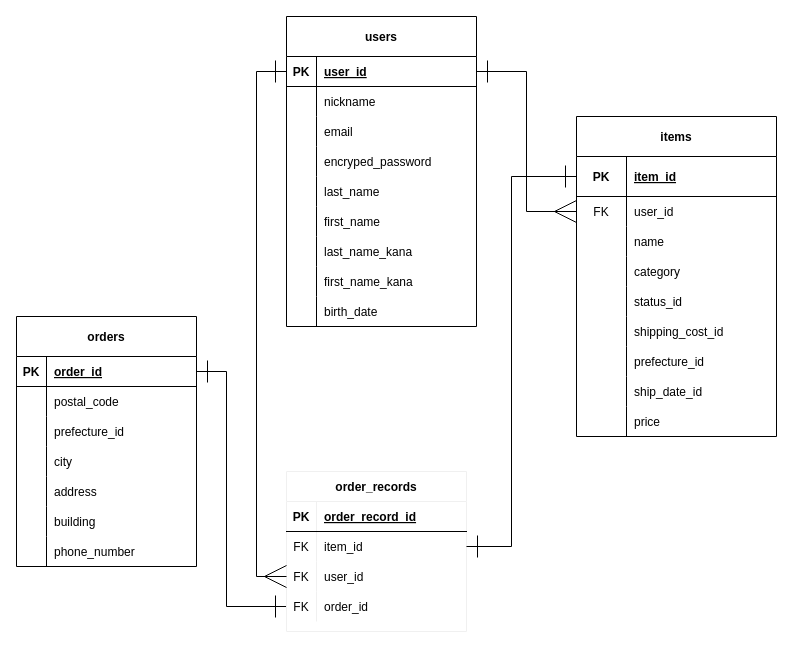
Before: page "ER図" (2 of 2) of furima-35013.dio in LIFE-enjoy/furima-35013, a draw.io diagram. Source tidied: cells renumbered, new cells numbered last; positions are measured from the earlier drawing's top-left corner, leaving out a move shared by most shapes. Both pictures are drawn from the tidied source at 100%, with x=0, y=0 at pixel (16, 16).
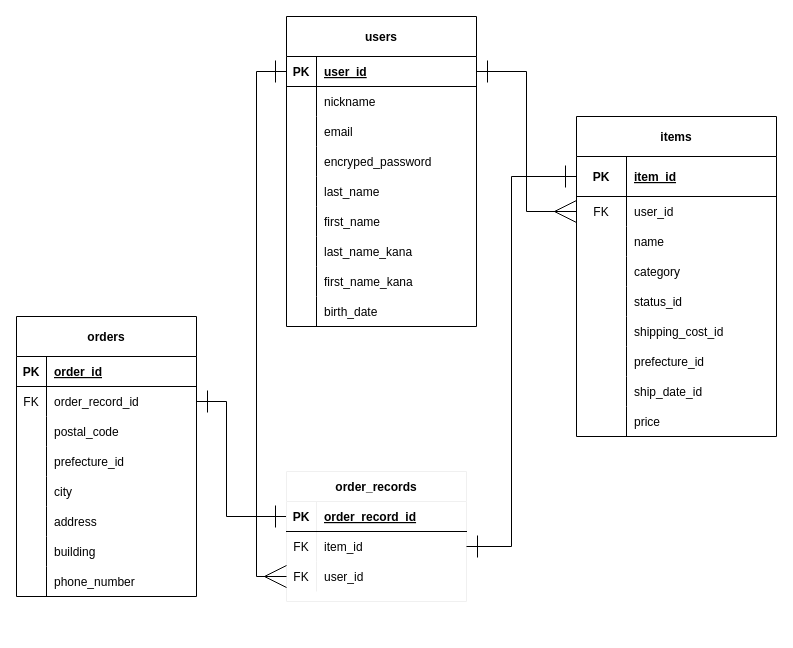
Above is the later version.

Commit message (it also covers changes not shown here):
ordersテーブルとorder_recordsテーブルの外部キーを修正

The change refers to these unchanged cells:
```xml
<mxCell id="59" style="shape=partialRectangle;fillColor=none;top=0;left=0;bottom=1;right=0;points=[[0,0.5],[1,0.5]];portConstraint=eastwest;" parent="58" vertex="1">
  <mxGeometry y="40" width="180" height="30" as="geometry" />
</mxCell>
<mxCell id="82" style="shape=partialRectangle;fillColor=none;top=0;left=0;bottom=1;right=0;points=[[0,0.5],[1,0.5]];portConstraint=eastwest;" parent="81" vertex="1">
  <mxGeometry y="30" width="180" height="30" as="geometry" />
</mxCell>
```

Change to the diagram source:
```diff
@@
     <mxCell id="58" value="orders" style="shape=table;startSize=40;childLayout=tableLayout;rowLines=0;fontStyle=1;align=center;" parent="1" vertex="1">
-      <mxGeometry y="300" width="180" height="250" as="geometry" />
+      <mxGeometry y="300" width="180" height="280" as="geometry" />
     </mxCell>
@@
+    <mxCell id="97" style="shape=partialRectangle;fillColor=none;top=0;left=0;bottom=0;right=0;points=[[0,0.5],[1,0.5]];portConstraint=eastwest;" parent="58" vertex="1">
+      <mxGeometry y="70" width="180" height="30" as="geometry" />
+    </mxCell>
+    <mxCell id="92" value="FK" style="shape=partialRectangle;fillColor=none;top=0;left=0;bottom=0;right=0;overflow=hidden;" parent="97" vertex="1">
+      <mxGeometry width="30" height="30" as="geometry" />
+    </mxCell>
+    <mxCell id="98" value="order_record_id" style="shape=partialRectangle;fillColor=none;top=0;left=0;bottom=0;right=0;align=left;spacingLeft=6;overflow=hidden;" parent="97" vertex="1">
+      <mxGeometry x="30" width="150" height="30" as="geometry" />
+    </mxCell>
     <mxCell id="62" style="shape=partialRectangle;fillColor=none;top=0;left=0;bottom=0;right=0;" parent="58" vertex="1">
-      <mxGeometry y="70" width="180" height="30" as="geometry" />
+      <mxGeometry y="100" width="180" height="30" as="geometry" />
     </mxCell>
@@
     <mxCell id="65" style="shape=partialRectangle;fillColor=none;top=0;left=0;bottom=0;right=0;" parent="58" vertex="1">
-      <mxGeometry y="100" width="180" height="30" as="geometry" />
+      <mxGeometry y="130" width="180" height="30" as="geometry" />
     </mxCell>
@@
     <mxCell id="68" style="shape=partialRectangle;fillColor=none;top=0;left=0;bottom=0;right=0;" parent="58" vertex="1">
-      <mxGeometry y="130" width="180" height="30" as="geometry" />
+      <mxGeometry y="160" width="180" height="30" as="geometry" />
     </mxCell>
@@
     <mxCell id="71" style="shape=partialRectangle;fillColor=none;top=0;left=0;bottom=0;right=0;" parent="58" vertex="1">
-      <mxGeometry y="160" width="180" height="30" as="geometry" />
+      <mxGeometry y="190" width="180" height="30" as="geometry" />
     </mxCell>
@@
     <mxCell id="74" style="shape=partialRectangle;fillColor=none;top=0;left=0;bottom=0;right=0;" parent="58" vertex="1">
-      <mxGeometry y="190" width="180" height="30" as="geometry" />
+      <mxGeometry y="220" width="180" height="30" as="geometry" />
     </mxCell>
@@
     <mxCell id="77" style="shape=partialRectangle;fillColor=none;top=0;left=0;bottom=0;right=0;" parent="58" vertex="1">
-      <mxGeometry y="220" width="180" height="30" as="geometry" />
+      <mxGeometry y="250" width="180" height="30" as="geometry" />
     </mxCell>
@@
-    <mxCell id="80" style="edgeStyle=orthogonalEdgeStyle;rounded=0;jettySize=auto;html=1;endArrow=ERone;endFill=0;startArrow=ERone;startFill=0;endSize=20;startSize=20;exitX=0;exitY=0.5;exitDx=0;exitDy=0;entryX=1;entryY=0.5;entryDx=0;entryDy=0;" parent="1" edge="1" source="91" target="59">
+    <mxCell id="80" style="edgeStyle=orthogonalEdgeStyle;rounded=0;jettySize=auto;html=1;endArrow=ERone;endFill=0;startArrow=ERone;startFill=0;endSize=20;startSize=20;exitX=0;exitY=0.5;exitDx=0;exitDy=0;entryX=1;entryY=0.5;entryDx=0;entryDy=0;" parent="1" edge="1" source="82" target="97">
       <mxGeometry relative="1" as="geometry">
         <Array as="points">
-          <mxPoint x="210" y="590" />
-          <mxPoint x="210" y="355" />
+          <mxPoint x="210" y="500" />
+          <mxPoint x="210" y="385" />
         </Array>
       </mxGeometry>
     </mxCell>
     <mxCell id="81" value="order_records" style="shape=table;startSize=30;childLayout=tableLayout;rowLines=0;fontStyle=1;align=center;strokeColor=#f0f0f0;fillColor=none;" parent="1" vertex="1">
-      <mxGeometry x="270" y="455" width="180" height="160" as="geometry" />
+      <mxGeometry x="270" y="455" width="180" height="130" as="geometry" />
     </mxCell>
@@
-    <mxCell id="91" style="shape=partialRectangle;fillColor=none;top=0;left=0;bottom=0;right=0;points=[[0,0.5],[1,0.5]];portConstraint=eastwest;" parent="81" vertex="1">
-      <mxGeometry y="120" width="180" height="30" as="geometry" />
-    </mxCell>
-    <mxCell id="92" value="FK" style="shape=partialRectangle;fillColor=none;top=0;left=0;bottom=0;right=0;overflow=hidden;" parent="91" vertex="1">
-      <mxGeometry width="30" height="30" as="geometry" />
-    </mxCell>
-    <mxCell id="93" value="order_id" style="shape=partialRectangle;fillColor=none;top=0;left=0;bottom=0;right=0;align=left;spacingLeft=6;overflow=hidden;" parent="91" vertex="1">
-      <mxGeometry x="30" width="150" height="30" as="geometry" />
-    </mxCell>
```
